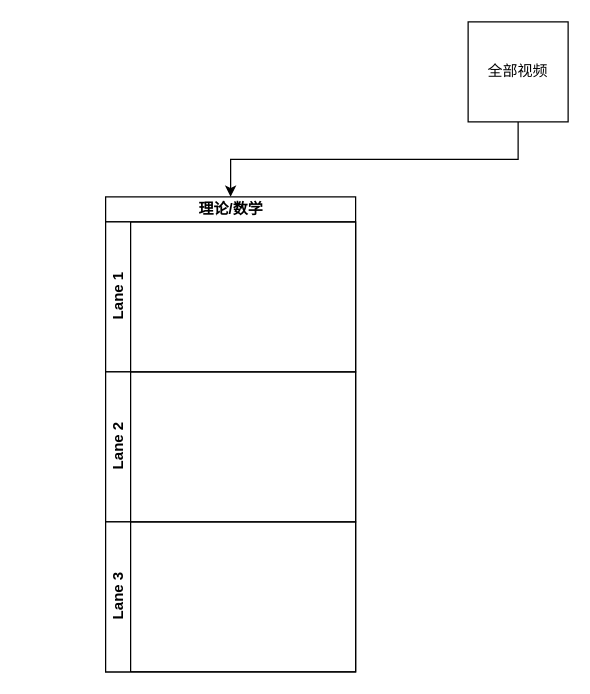
Above: video.drawio in xiaoniaoyouhuajiang/ClassNotebook (draw.io), before the change. Source tidied: cells renumbered, new cells numbered last; positions are measured from the earlier drawing's top-left corner, leaving out a move shared by most shapes. Both pictures are drawn from the tidied source at 125%, with x=0, y=0 at pixel (105, 21).
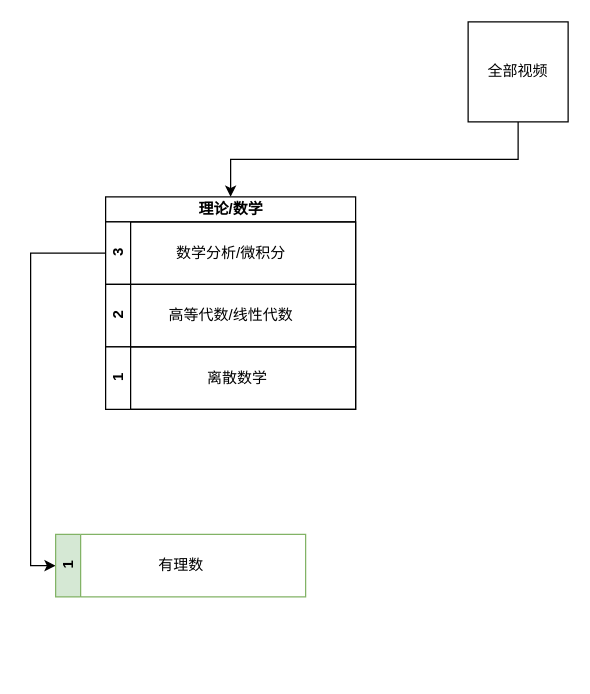
After the change.

Diff of the diagram source:
```diff
@@
 <mxGraphModel>
   <root>
     <mxCell id="0" />
     <mxCell id="1" parent="0" />
     <mxCell id="2" style="edgeStyle=orthogonalEdgeStyle;rounded=0;jettySize=auto;html=1;exitX=0.5;exitY=1;exitDx=0;exitDy=0;entryX=0.5;entryY=0;entryDx=0;entryDy=0;" parent="1" edge="1" source="3" target="4">
       <mxGeometry relative="1" as="geometry" />
     </mxCell>
     <mxCell id="3" value="全部视频" style="whiteSpace=wrap;html=1;" parent="1" vertex="1">
       <mxGeometry x="290" width="80" height="80" as="geometry" />
     </mxCell>
     <mxCell id="4" value="理论/数学" style="swimlane;html=1;horizontal=1;startSize=20;" parent="1" vertex="1">
-      <mxGeometry y="140" width="200" height="380" as="geometry" />
+      <mxGeometry y="140" width="200" height="170" as="geometry" />
     </mxCell>
+    <mxCell id="7" value="3" style="swimlane;html=1;startSize=20;horizontal=0;" parent="4" vertex="1">
+      <mxGeometry y="20" width="200" height="50" as="geometry" />
+    </mxCell>
+    <mxCell id="8" value="数学分析/微积分" style="text;html=1;align=center;verticalAlign=middle;" parent="7" vertex="1">
+      <mxGeometry x="50" y="15" width="100" height="20" as="geometry" />
+    </mxCell>
+    <mxCell id="6" value="2" style="swimlane;html=1;startSize=20;horizontal=0;" parent="4" vertex="1">
+      <mxGeometry y="70" width="200" height="50" as="geometry" />
+    </mxCell>
+    <mxCell id="9" value="高等代数/线性代数" style="text;html=1;align=center;verticalAlign=middle;" parent="6" vertex="1">
+      <mxGeometry x="45" y="15" width="110" height="20" as="geometry" />
+    </mxCell>
-    <mxCell id="5" value="Lane 1" style="swimlane;html=1;startSize=20;horizontal=0;" parent="4" vertex="1">
-      <mxGeometry y="20" width="200" height="120" as="geometry" />
+    <mxCell id="5" value="1" style="swimlane;html=1;startSize=20;horizontal=0;" parent="4" vertex="1">
+      <mxGeometry y="120" width="200" height="50" as="geometry" />
     </mxCell>
-    <mxCell id="6" value="Lane 2" style="swimlane;html=1;startSize=20;horizontal=0;" parent="4" vertex="1">
-      <mxGeometry y="140" width="200" height="120" as="geometry" />
-    </mxCell>
-    <mxCell id="7" value="Lane 3" style="swimlane;html=1;startSize=20;horizontal=0;" parent="4" vertex="1">
-      <mxGeometry y="260" width="200" height="120" as="geometry" />
-    </mxCell>
+    <mxCell id="10" value="离散数学" style="text;html=1;align=center;verticalAlign=middle;" parent="5" vertex="1">
+      <mxGeometry x="75" y="15" width="60" height="20" as="geometry" />
+    </mxCell>
+    <mxCell id="11" style="edgeStyle=orthogonalEdgeStyle;rounded=0;jettySize=auto;html=1;exitX=0;exitY=0.5;exitDx=0;exitDy=0;entryX=0;entryY=0.5;entryDx=0;entryDy=0;" parent="1" edge="1" source="7" target="12">
+      <mxGeometry relative="1" as="geometry" />
+    </mxCell>
+    <mxCell id="12" value="1" style="swimlane;html=1;startSize=20;horizontal=0;fillColor=#d5e8d4;strokeColor=#82b366;" parent="1" vertex="1">
+      <mxGeometry x="-40" y="410" width="200" height="50" as="geometry" />
+    </mxCell>
+    <mxCell id="13" value="有理数" style="text;html=1;align=center;verticalAlign=middle;" parent="12" vertex="1">
+      <mxGeometry x="75" y="15" width="50" height="20" as="geometry" />
+    </mxCell>
   </root>
 </mxGraphModel>
```
